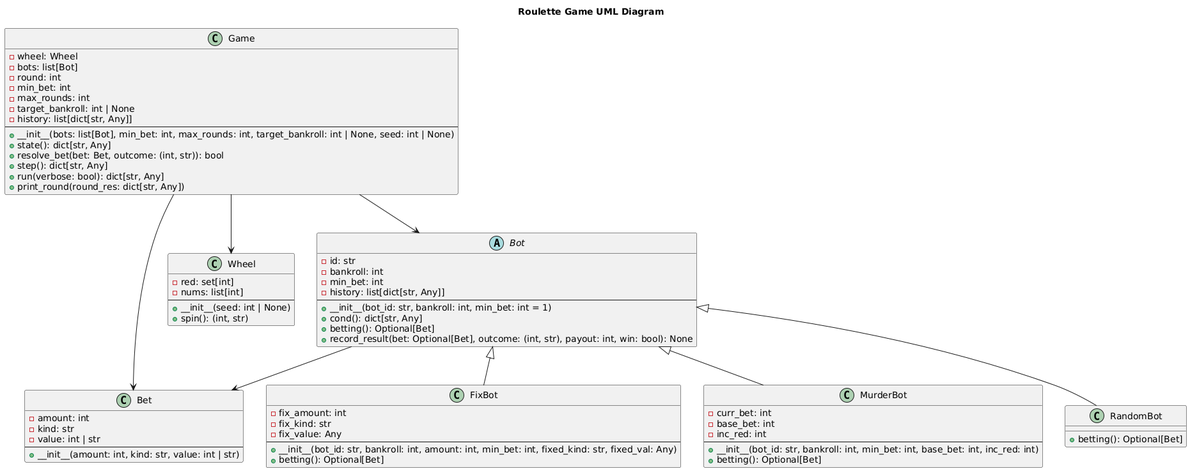
Above: project/task4/uml_diagram.png in lichkovahadaniil/spbu-python-course (PlantUML), before the change.
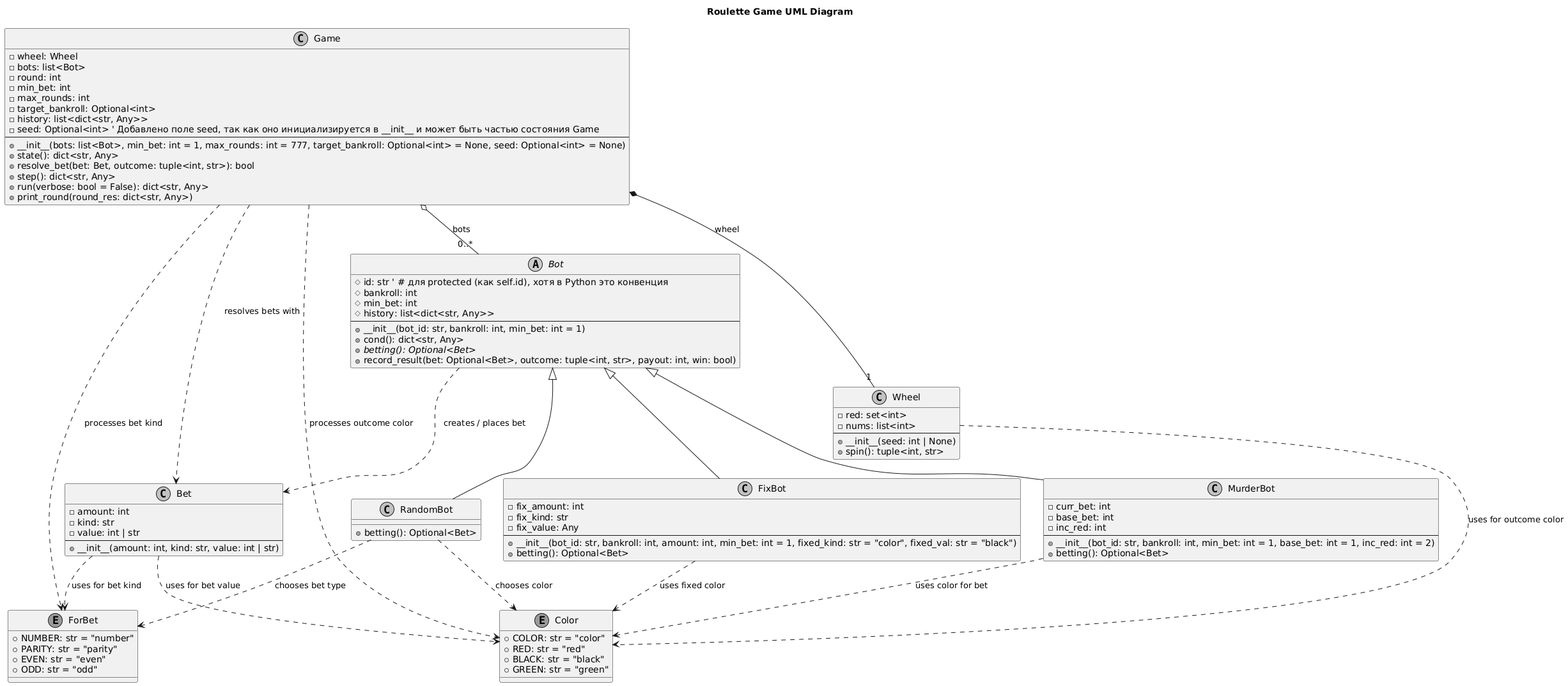
After the change.

The edit, as a diff of the source:
```diff
@@ -1,79 +1,115 @@
 @startuml
 title Roulette Game UML Diagram
 
+skinparam monochrome true
+skinparam shadowing false
+skinparam classFontStyle italic for abstract
+
+enum Color << (E,orchid) >> {
+  + COLOR: str = "color"
+  + RED: str = "red"
+  + BLACK: str = "black"
+  + GREEN: str = "green"
+}
+
+enum ForBet << (E,orchid) >> {
+  + NUMBER: str = "number"
+  + PARITY: str = "parity"
+  + EVEN: str = "even"
+  + ODD: str = "odd"
+}
+
 class Bet {
-    - amount: int
-    - kind: str
-    - value: int | str
-    --
-    + __init__(amount: int, kind: str, value: int | str)
+  - amount: int
+  - kind: str
+  - value: int | str
+  --
+  + __init__(amount: int, kind: str, value: int | str)
 }
 
 class Wheel {
-    - red: set[int]
-    - nums: list[int]
-    --
-    + __init__(seed: int | None)
-    + spin(): (int, str)
+  - red: set<int>
+  - nums: list<int>
+  --
+  + __init__(seed: int | None)
+  + spin(): tuple<int, str>
 }
 
 abstract class Bot {
-    - id: str
-    - bankroll: int
-    - min_bet: int
-    - history: list[dict[str, Any]]
-    --
-    + __init__(bot_id: str, bankroll: int, min_bet: int = 1)
-    + cond(): dict[str, Any]
-    + betting(): Optional[Bet]
-    + record_result(bet: Optional[Bet], outcome: (int, str), payout: int, win: bool): None
+  # id: str ' # для protected (как self.id), хотя в Python это конвенция
+  # bankroll: int
+  # min_bet: int
+  # history: list<dict<str, Any>>
+  --
+  + __init__(bot_id: str, bankroll: int, min_bet: int = 1)
+  + cond(): dict<str, Any>
+  {abstract} + betting(): Optional<Bet>
+  + record_result(bet: Optional<Bet>, outcome: tuple<int, str>, payout: int, win: bool)
 }
 
 class FixBot {
-    - fix_amount: int
-    - fix_kind: str
-    - fix_value: Any
-    --
-    + __init__(bot_id: str, bankroll: int, amount: int, min_bet: int, fixed_kind: str, fixed_val: Any)
-    + betting(): Optional[Bet]
+  - fix_amount: int
+  - fix_kind: str
+  - fix_value: Any
+  --
+  + __init__(bot_id: str, bankroll: int, amount: int, min_bet: int = 1, fixed_kind: str = "color", fixed_val: str = "black")
+  + betting(): Optional<Bet>
 }
 
 class MurderBot {
-    - curr_bet: int
-    - base_bet: int
-    - inc_red: int
-    --
-    + __init__(bot_id: str, bankroll: int, min_bet: int, base_bet: int, inc_red: int)
-    + betting(): Optional[Bet]
+  - curr_bet: int
+  - base_bet: int
+  - inc_red: int
+  --
+  + __init__(bot_id: str, bankroll: int, min_bet: int = 1, base_bet: int = 1, inc_red: int = 2)
+  + betting(): Optional<Bet>
 }
 
 class RandomBot {
-    + betting(): Optional[Bet]
+  + betting(): Optional<Bet>
 }
 
 class Game {
-    - wheel: Wheel
-    - bots: list[Bot]
-    - round: int
-    - min_bet: int
-    - max_rounds: int
-    - target_bankroll: int | None
-    - history: list[dict[str, Any]]
-    --
-    + __init__(bots: list[Bot], min_bet: int, max_rounds: int, target_bankroll: int | None, seed: int | None)
-    + state(): dict[str, Any]
-    + resolve_bet(bet: Bet, outcome: (int, str)): bool
-    + step(): dict[str, Any]
-    + run(verbose: bool): dict[str, Any]
-    + print_round(round_res: dict[str, Any])
+  - wheel: Wheel
+  - bots: list<Bot>
+  - round: int
+  - min_bet: int
+  - max_rounds: int
+  - target_bankroll: Optional<int>
+  - history: list<dict<str, Any>>
+  - seed: Optional<int> ' Добавлено поле seed, так как оно инициализируется в __init__ и может быть частью состояния Game
+  --
+  + __init__(bots: list<Bot>, min_bet: int = 1, max_rounds: int = 777, target_bankroll: Optional<int> = None, seed: Optional<int> = None)
+  + state(): dict<str, Any>
+  + resolve_bet(bet: Bet, outcome: tuple<int, str>): bool
+  + step(): dict<str, Any>
+  + run(verbose: bool = False): dict<str, Any>
+  + print_round(round_res: dict<str, Any>)
 }
 
 Bot <|-- FixBot
 Bot <|-- MurderBot
 Bot <|-- RandomBot
 
-Game --> Wheel
-Game --> Bot
-Bot --> Bet
-Game --> Bet
+Game *-- "1" Wheel : wheel
+
+Game o-- "0..*" Bot : bots
+
+Bot ..> Bet : creates / places bet
+
+Game ..> Bet : resolves bets with
+
+Wheel ..> Color : uses for outcome color
+
+Bet ..> ForBet : uses for bet kind
+
+Bet ..> Color : uses for bet value
+
+FixBot ..> Color : uses fixed color
+MurderBot ..> Color : uses color for bet
+RandomBot ..> Color : chooses color
+RandomBot ..> ForBet : chooses bet type
+
+Game ..> Color : processes outcome color
+Game ..> ForBet : processes bet kind
 @enduml
```
